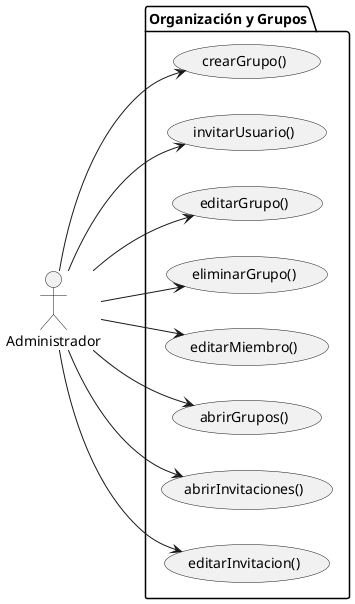
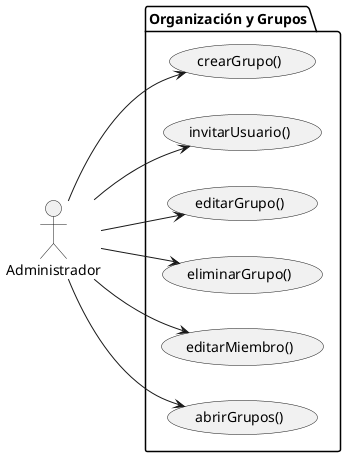
@startuml DiagramaOrganizaciónYGrupos
left to right direction
actor "Administrador" as Admin


package "Organización y Grupos" {
    usecase "crearGrupo()" as UC_G1
    usecase "invitarUsuario()" as UC_G2
    usecase "editarGrupo()" as UC_G3
    usecase "eliminarGrupo()" as UC_G4
    usecase "editarMiembro()" as UC_G5
    usecase "abrirGrupos()" as UC_G6
-     usecase "abrirInvitaciones()" as UC_G7
-     usecase "editarInvitacion()" as UC_G8

}

Admin --> UC_G1
Admin --> UC_G2
Admin --> UC_G3
Admin --> UC_G4
Admin --> UC_G5
Admin --> UC_G6
- Admin --> UC_G7
- Admin --> UC_G8

@enduml